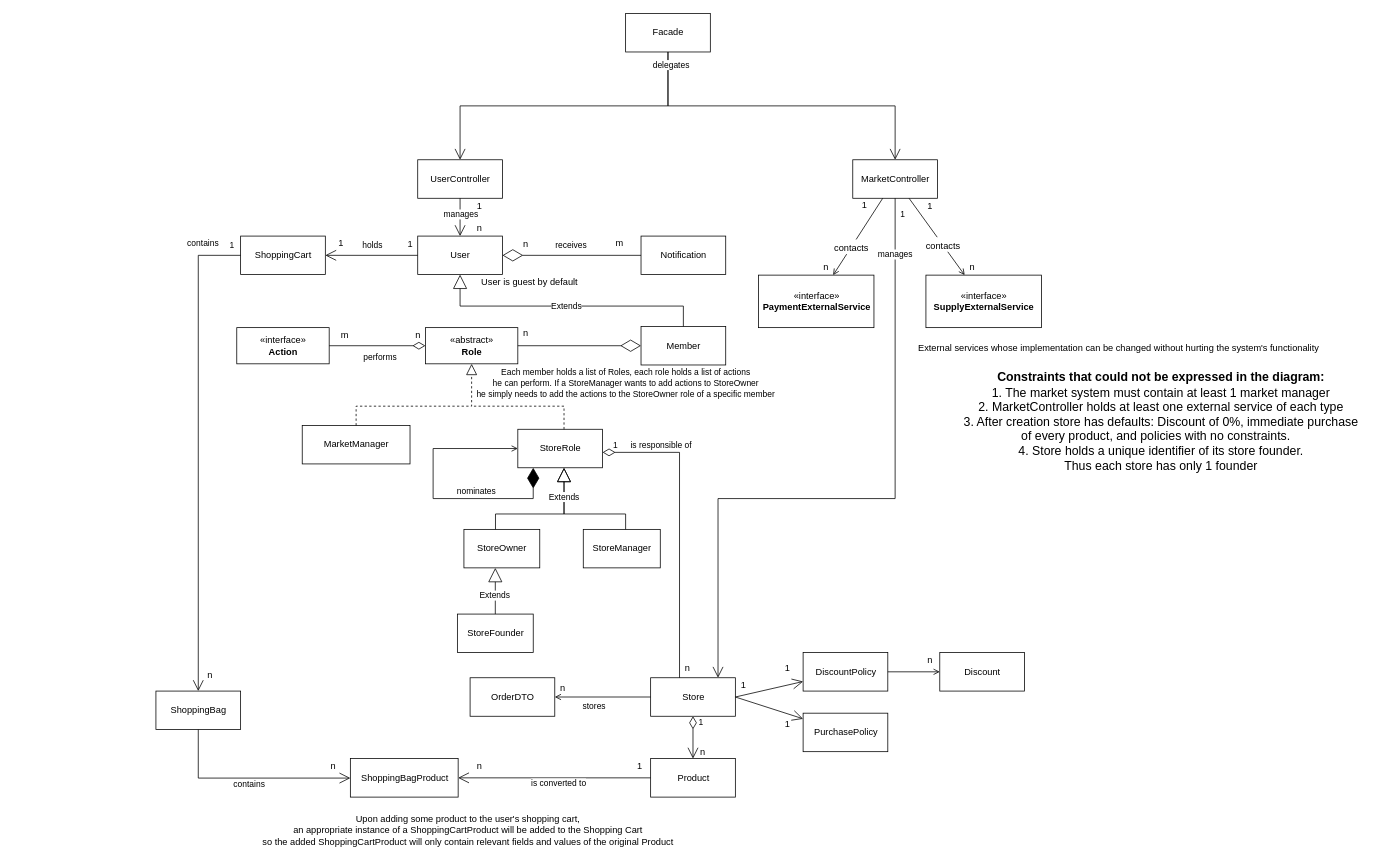
Earlier version of the draw.io diagram page "White Diagram" (1 of 2) of Workshop.drawio (itaitzruia4/Workshop). Source tidied: cells renumbered, new cells numbered last; positions are measured from the earlier drawing's top-left corner, leaving out a move shared by most shapes. Both pictures are drawn from the tidied source at 77%, with x=0, y=0 at pixel (13, 13).
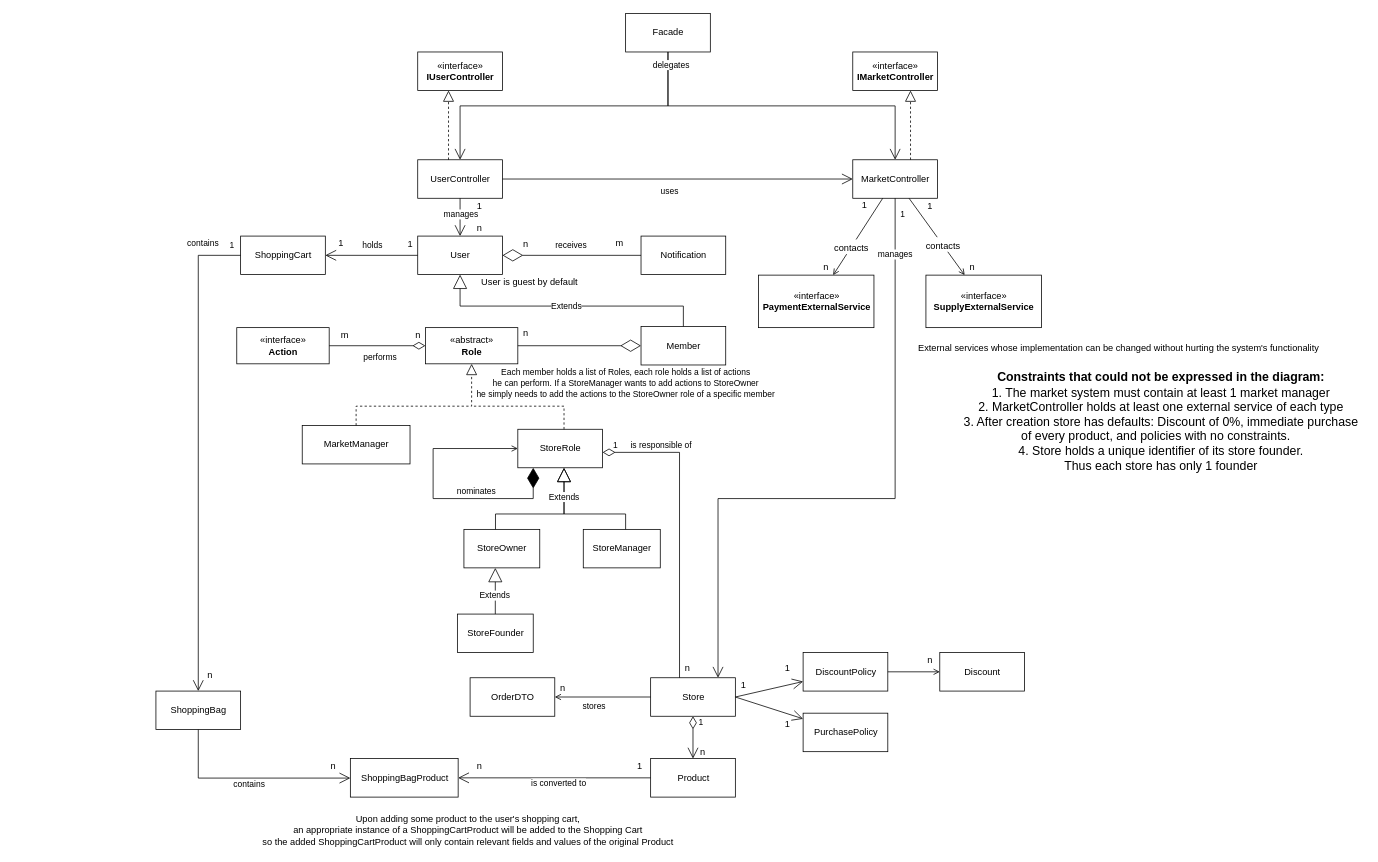
The same page after the edit.

Commit message:
added controller interfaces and link between User and Market controllers

The change refers to these unchanged cells:
```xml
<mxCell id="5" value="UserController" style="html=1;" parent="1" vertex="1">
  <mxGeometry x="525" y="190" width="110" height="50" as="geometry" />
</mxCell>
<mxCell id="6" value="MarketController" style="html=1;" parent="1" vertex="1">
  <mxGeometry x="1090" y="190" width="110" height="50" as="geometry" />
</mxCell>
```

The edit, as a diff of the source:
```diff
@@
+    <mxCell id="97" value="«interface»&lt;br&gt;&lt;b&gt;IUserController&lt;/b&gt;" style="html=1;" parent="1" vertex="1">
+      <mxGeometry x="525" y="50" width="110" height="50" as="geometry" />
+    </mxCell>
+    <mxCell id="98" value="«interface»&lt;br&gt;&lt;b&gt;IMarketController&lt;/b&gt;" style="html=1;" parent="1" vertex="1">
+      <mxGeometry x="1090" y="50" width="110" height="50" as="geometry" />
+    </mxCell>
+    <mxCell id="99" style="endArrow=block;dashed=1;endFill=0;endSize=12;html=1;rounded=0;edgeStyle=orthogonalEdgeStyle;" parent="1" edge="1" source="5" target="97">
+      <mxGeometry relative="1" as="geometry">
+        <Array as="points">
+          <mxPoint x="565" y="150" />
+          <mxPoint x="565" y="150" />
+        </Array>
+      </mxGeometry>
+    </mxCell>
+    <mxCell id="100" style="endArrow=block;dashed=1;endFill=0;endSize=12;html=1;rounded=0;edgeStyle=orthogonalEdgeStyle;" parent="1" edge="1" source="6" target="98">
+      <mxGeometry relative="1" as="geometry">
+        <Array as="points">
+          <mxPoint x="1165" y="180" />
+          <mxPoint x="1165" y="180" />
+        </Array>
+      </mxGeometry>
+    </mxCell>
+    <mxCell id="101" style="endArrow=open;endFill=1;endSize=12;html=1;rounded=0;" parent="1" edge="1" source="5" target="6">
+      <mxGeometry relative="1" as="geometry" />
+    </mxCell>
+    <mxCell id="102" value="uses" style="edgeLabel;html=1;align=center;verticalAlign=middle;" parent="101" vertex="1">
+      <mxGeometry x="-0.29" y="-4" relative="1" as="geometry">
+        <mxPoint x="54" y="11" as="offset" />
+      </mxGeometry>
+    </mxCell>
```
